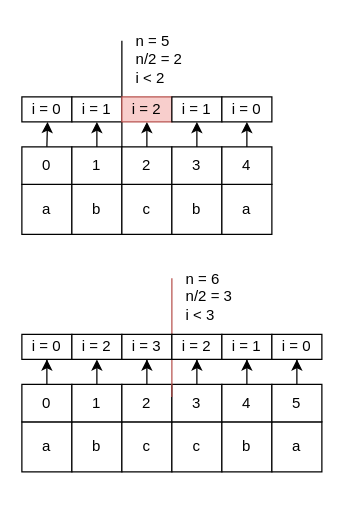
Before: 未命名绘图.drawio in WenbinBAI/AtCoder-Beginner-Contest-Nootbook, a draw.io diagram. Source tidied: cells renumbered, new cells numbered last; positions are measured from the earlier drawing's top-left corner, leaving out a move shared by most shapes. Both pictures are drawn from the tidied source at 125%, with x=0, y=0 at pixel (21, 21).
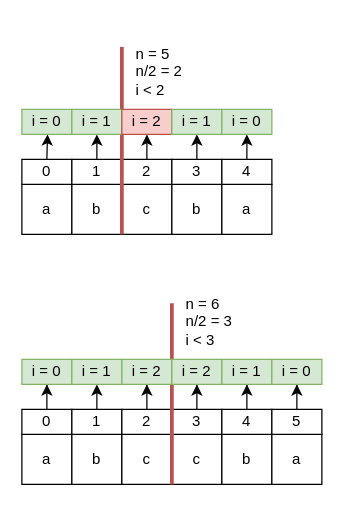
The same diagram, later.

The change refers to these unchanged cells:
```xml
<mxCell id="22" value="c" style="rounded=0;whiteSpace=wrap;html=1;" parent="1" vertex="1">
  <mxGeometry x="80" y="130" width="40" height="40" as="geometry" />
</mxCell>
```

What changed in the source:
```diff
@@
     <mxCell id="2" value="a" style="rounded=0;whiteSpace=wrap;html=1;" parent="1" vertex="1">
-      <mxGeometry y="320" width="40" height="40" as="geometry" />
+      <mxGeometry y="330" width="40" height="40" as="geometry" />
     </mxCell>
     <mxCell id="3" value="b" style="rounded=0;whiteSpace=wrap;html=1;" parent="1" vertex="1">
-      <mxGeometry x="40" y="320" width="40" height="40" as="geometry" />
+      <mxGeometry x="40" y="330" width="40" height="40" as="geometry" />
     </mxCell>
     <mxCell id="4" value="c" style="rounded=0;whiteSpace=wrap;html=1;" parent="1" vertex="1">
-      <mxGeometry x="80" y="320" width="40" height="40" as="geometry" />
+      <mxGeometry x="80" y="330" width="40" height="40" as="geometry" />
     </mxCell>
     <mxCell id="5" value="c" style="rounded=0;whiteSpace=wrap;html=1;" parent="1" vertex="1">
-      <mxGeometry x="120" y="320" width="40" height="40" as="geometry" />
+      <mxGeometry x="120" y="330" width="40" height="40" as="geometry" />
     </mxCell>
     <mxCell id="6" value="b" style="rounded=0;whiteSpace=wrap;html=1;" parent="1" vertex="1">
-      <mxGeometry x="160" y="320" width="40" height="40" as="geometry" />
+      <mxGeometry x="160" y="330" width="40" height="40" as="geometry" />
     </mxCell>
     <mxCell id="7" value="a" style="rounded=0;whiteSpace=wrap;html=1;" parent="1" vertex="1">
-      <mxGeometry x="200" y="320" width="40" height="40" as="geometry" />
+      <mxGeometry x="200" y="330" width="40" height="40" as="geometry" />
     </mxCell>
@@
     <mxCell id="9" value="0" style="rounded=0;whiteSpace=wrap;html=1;" parent="1" vertex="1">
-      <mxGeometry y="290" width="40" height="30" as="geometry" />
+      <mxGeometry y="310" width="40" height="20" as="geometry" />
     </mxCell>
@@
     <mxCell id="11" value="1" style="rounded=0;whiteSpace=wrap;html=1;" parent="1" vertex="1">
-      <mxGeometry x="40" y="290" width="40" height="30" as="geometry" />
+      <mxGeometry x="40" y="310" width="40" height="20" as="geometry" />
     </mxCell>
@@
     <mxCell id="13" value="2" style="rounded=0;whiteSpace=wrap;html=1;" parent="1" vertex="1">
-      <mxGeometry x="80" y="290" width="40" height="30" as="geometry" />
+      <mxGeometry x="80" y="310" width="40" height="20" as="geometry" />
     </mxCell>
@@
     <mxCell id="15" value="3" style="rounded=0;whiteSpace=wrap;html=1;" parent="1" vertex="1">
-      <mxGeometry x="120" y="290" width="40" height="30" as="geometry" />
+      <mxGeometry x="120" y="310" width="40" height="20" as="geometry" />
     </mxCell>
@@
     <mxCell id="17" value="4" style="rounded=0;whiteSpace=wrap;html=1;" parent="1" vertex="1">
-      <mxGeometry x="160" y="290" width="40" height="30" as="geometry" />
+      <mxGeometry x="160" y="310" width="40" height="20" as="geometry" />
     </mxCell>
@@
     <mxCell id="19" value="5" style="rounded=0;whiteSpace=wrap;html=1;" parent="1" vertex="1">
-      <mxGeometry x="200" y="290" width="40" height="30" as="geometry" />
+      <mxGeometry x="200" y="310" width="40" height="20" as="geometry" />
     </mxCell>
@@
     <mxCell id="25" value="0" style="rounded=0;whiteSpace=wrap;html=1;" parent="1" vertex="1">
-      <mxGeometry y="100" width="40" height="30" as="geometry" />
+      <mxGeometry y="110" width="40" height="20" as="geometry" />
     </mxCell>
     <mxCell id="26" value="1" style="rounded=0;whiteSpace=wrap;html=1;" parent="1" vertex="1">
-      <mxGeometry x="40" y="100" width="40" height="30" as="geometry" />
+      <mxGeometry x="40" y="110" width="40" height="20" as="geometry" />
     </mxCell>
     <mxCell id="27" value="2" style="rounded=0;whiteSpace=wrap;html=1;" parent="1" vertex="1">
-      <mxGeometry x="80" y="100" width="40" height="30" as="geometry" />
+      <mxGeometry x="80" y="110" width="40" height="20" as="geometry" />
     </mxCell>
     <mxCell id="28" value="3" style="rounded=0;whiteSpace=wrap;html=1;" parent="1" vertex="1">
-      <mxGeometry x="120" y="100" width="40" height="30" as="geometry" />
+      <mxGeometry x="120" y="110" width="40" height="20" as="geometry" />
     </mxCell>
     <mxCell id="29" value="4" style="rounded=0;whiteSpace=wrap;html=1;" parent="1" vertex="1">
-      <mxGeometry x="160" y="100" width="40" height="30" as="geometry" />
+      <mxGeometry x="160" y="110" width="40" height="20" as="geometry" />
     </mxCell>
     <mxCell id="30" value="&lt;div style=&quot;text-align: left;&quot;&gt;&lt;span style=&quot;background-color: initial;&quot;&gt;n = 5&lt;/span&gt;&lt;/div&gt;&lt;div style=&quot;text-align: left;&quot;&gt;&lt;span style=&quot;background-color: initial;&quot;&gt;n/2 = 2&lt;/span&gt;&lt;/div&gt;&lt;div style=&quot;text-align: left;&quot;&gt;&lt;span style=&quot;background-color: initial;&quot;&gt;i &amp;lt; 2&lt;/span&gt;&lt;/div&gt;" style="text;html=1;strokeColor=none;fillColor=none;align=center;verticalAlign=middle;whiteSpace=wrap;rounded=0;" parent="1" vertex="1">
-      <mxGeometry x="80" width="60" height="60" as="geometry" />
+      <mxGeometry x="80" y="10" width="60" height="60" as="geometry" />
     </mxCell>
-    <mxCell id="31" style="endArrow=none;html=1;rounded=0;entryX=0;entryY=0;entryDx=0;entryDy=0;exitX=0;exitY=0.25;exitDx=0;exitDy=0;" parent="1" edge="1" source="30" target="27">
+    <mxCell id="31" style="endArrow=none;html=1;rounded=0;strokeWidth=3;fillColor=#f8cecc;strokeColor=#b85450;entryX=0;entryY=1;entryDx=0;entryDy=0;exitX=0;exitY=0.167;exitDx=0;exitDy=0;exitPerimeter=0;" parent="1" edge="1" source="30" target="22">
       <mxGeometry relative="1" as="geometry" />
     </mxCell>
     <mxCell id="32" value="&lt;div style=&quot;text-align: left;&quot;&gt;&lt;span style=&quot;background-color: initial;&quot;&gt;n = 6&lt;/span&gt;&lt;/div&gt;&lt;div style=&quot;text-align: left;&quot;&gt;&lt;span style=&quot;background-color: initial;&quot;&gt;n/2 = 3&lt;/span&gt;&lt;/div&gt;&lt;div style=&quot;text-align: left;&quot;&gt;&lt;span style=&quot;background-color: initial;&quot;&gt;i &amp;lt; 3&lt;/span&gt;&lt;/div&gt;" style="text;html=1;strokeColor=none;fillColor=none;align=center;verticalAlign=middle;whiteSpace=wrap;rounded=0;" parent="1" vertex="1">
-      <mxGeometry x="120" y="190" width="60" height="60" as="geometry" />
+      <mxGeometry x="120" y="210" width="60" height="60" as="geometry" />
     </mxCell>
-    <mxCell id="33" style="endArrow=none;html=1;rounded=0;entryX=0;entryY=0;entryDx=0;entryDy=0;exitX=0;exitY=0.25;exitDx=0;exitDy=0;fillColor=#f8cecc;strokeColor=#b85450;" parent="1" edge="1" source="32" target="15">
+    <mxCell id="33" style="endArrow=none;html=1;rounded=0;entryX=0;entryY=0;entryDx=0;entryDy=0;exitX=0;exitY=0.25;exitDx=0;exitDy=0;fillColor=#f8cecc;strokeColor=#b85450;strokeWidth=3;" parent="1" edge="1" source="32" target="15">
       <mxGeometry relative="1" as="geometry">
         <Array as="points">
-          <mxPoint x="120" y="300" />
+          <mxPoint x="120" y="310" />
+          <mxPoint x="120" y="370" />
         </Array>
       </mxGeometry>
     </mxCell>
-    <mxCell id="34" value="i = 0" style="whiteSpace=wrap;html=1;rounded=0;" parent="1" vertex="1">
-      <mxGeometry y="250" width="40" height="20" as="geometry" />
+    <mxCell id="34" value="i = 0" style="whiteSpace=wrap;html=1;rounded=0;fillColor=#d5e8d4;strokeColor=#82b366;" parent="1" vertex="1">
+      <mxGeometry y="270" width="40" height="20" as="geometry" />
     </mxCell>
-    <mxCell id="35" value="i = 2" style="whiteSpace=wrap;html=1;rounded=0;" parent="1" vertex="1">
-      <mxGeometry x="40" y="250" width="40" height="20" as="geometry" />
+    <mxCell id="35" value="i = 1" style="whiteSpace=wrap;html=1;rounded=0;fillColor=#d5e8d4;strokeColor=#82b366;" parent="1" vertex="1">
+      <mxGeometry x="40" y="270" width="40" height="20" as="geometry" />
     </mxCell>
-    <mxCell id="36" value="i = 3" style="whiteSpace=wrap;html=1;rounded=0;" parent="1" vertex="1">
-      <mxGeometry x="80" y="250" width="40" height="20" as="geometry" />
+    <mxCell id="36" value="i = 2" style="whiteSpace=wrap;html=1;rounded=0;fillColor=#d5e8d4;strokeColor=#82b366;" parent="1" vertex="1">
+      <mxGeometry x="80" y="270" width="40" height="20" as="geometry" />
     </mxCell>
-    <mxCell id="37" value="i = 2" style="whiteSpace=wrap;html=1;rounded=0;" parent="1" vertex="1">
-      <mxGeometry x="120" y="250" width="40" height="20" as="geometry" />
+    <mxCell id="37" value="i = 2" style="whiteSpace=wrap;html=1;rounded=0;fillColor=#d5e8d4;strokeColor=#82b366;" parent="1" vertex="1">
+      <mxGeometry x="120" y="270" width="40" height="20" as="geometry" />
     </mxCell>
-    <mxCell id="38" value="i = 1" style="whiteSpace=wrap;html=1;rounded=0;" parent="1" vertex="1">
-      <mxGeometry x="160" y="250" width="40" height="20" as="geometry" />
+    <mxCell id="38" value="i = 1" style="whiteSpace=wrap;html=1;rounded=0;fillColor=#d5e8d4;strokeColor=#82b366;" parent="1" vertex="1">
+      <mxGeometry x="160" y="270" width="40" height="20" as="geometry" />
     </mxCell>
-    <mxCell id="39" value="i = 0" style="whiteSpace=wrap;html=1;rounded=0;" parent="1" vertex="1">
-      <mxGeometry x="200" y="250" width="40" height="20" as="geometry" />
+    <mxCell id="39" value="i = 0" style="whiteSpace=wrap;html=1;rounded=0;fillColor=#d5e8d4;strokeColor=#82b366;" parent="1" vertex="1">
+      <mxGeometry x="200" y="270" width="40" height="20" as="geometry" />
     </mxCell>
     <mxCell id="40" style="edgeStyle=orthogonalEdgeStyle;rounded=0;jettySize=auto;html=1;" parent="1" edge="1" target="45">
       <mxGeometry relative="1" as="geometry">
-        <mxPoint x="20" y="100" as="sourcePoint" />
+        <mxPoint x="20" y="110" as="sourcePoint" />
       </mxGeometry>
     </mxCell>
     <mxCell id="41" style="edgeStyle=orthogonalEdgeStyle;rounded=0;jettySize=auto;html=1;exitX=0.5;exitY=0;exitDx=0;exitDy=0;entryX=0.5;entryY=1;entryDx=0;entryDy=0;" parent="1" edge="1" target="46">
       <mxGeometry relative="1" as="geometry">
-        <mxPoint x="60" y="100" as="sourcePoint" />
+        <mxPoint x="60" y="110" as="sourcePoint" />
       </mxGeometry>
     </mxCell>
     <mxCell id="42" style="edgeStyle=orthogonalEdgeStyle;rounded=0;jettySize=auto;html=1;entryX=0.5;entryY=1;entryDx=0;entryDy=0;" parent="1" edge="1" target="47">
       <mxGeometry relative="1" as="geometry">
-        <mxPoint x="100" y="100" as="sourcePoint" />
+        <mxPoint x="100" y="110" as="sourcePoint" />
       </mxGeometry>
     </mxCell>
     <mxCell id="43" style="edgeStyle=orthogonalEdgeStyle;rounded=0;jettySize=auto;html=1;entryX=0.5;entryY=1;entryDx=0;entryDy=0;" parent="1" edge="1" target="48">
       <mxGeometry relative="1" as="geometry">
-        <mxPoint x="140" y="100" as="sourcePoint" />
+        <mxPoint x="140" y="110" as="sourcePoint" />
       </mxGeometry>
     </mxCell>
     <mxCell id="44" style="edgeStyle=orthogonalEdgeStyle;rounded=0;jettySize=auto;html=1;entryX=0.5;entryY=1;entryDx=0;entryDy=0;" parent="1" edge="1" target="49">
       <mxGeometry relative="1" as="geometry">
-        <mxPoint x="180" y="100" as="sourcePoint" />
+        <mxPoint x="180" y="110" as="sourcePoint" />
       </mxGeometry>
     </mxCell>
-    <mxCell id="45" value="i = 0" style="whiteSpace=wrap;html=1;rounded=0;" parent="1" vertex="1">
-      <mxGeometry y="60" width="40" height="20" as="geometry" />
+    <mxCell id="45" value="i = 0" style="whiteSpace=wrap;html=1;rounded=0;fillColor=#d5e8d4;strokeColor=#82b366;" parent="1" vertex="1">
+      <mxGeometry y="70" width="40" height="20" as="geometry" />
     </mxCell>
-    <mxCell id="46" value="i = 1" style="whiteSpace=wrap;html=1;rounded=0;" parent="1" vertex="1">
-      <mxGeometry x="40" y="60" width="40" height="20" as="geometry" />
+    <mxCell id="46" value="i = 1" style="whiteSpace=wrap;html=1;rounded=0;fillColor=#d5e8d4;strokeColor=#82b366;" parent="1" vertex="1">
+      <mxGeometry x="40" y="70" width="40" height="20" as="geometry" />
     </mxCell>
     <mxCell id="47" value="i = 2" style="whiteSpace=wrap;html=1;rounded=0;fillColor=#f8cecc;strokeColor=#b85450;" parent="1" vertex="1">
-      <mxGeometry x="80" y="60" width="40" height="20" as="geometry" />
+      <mxGeometry x="80" y="70" width="40" height="20" as="geometry" />
     </mxCell>
-    <mxCell id="48" value="i = 1" style="whiteSpace=wrap;html=1;rounded=0;" parent="1" vertex="1">
-      <mxGeometry x="120" y="60" width="40" height="20" as="geometry" />
+    <mxCell id="48" value="i = 1" style="whiteSpace=wrap;html=1;rounded=0;fillColor=#d5e8d4;strokeColor=#82b366;" parent="1" vertex="1">
+      <mxGeometry x="120" y="70" width="40" height="20" as="geometry" />
     </mxCell>
-    <mxCell id="49" value="i = 0" style="whiteSpace=wrap;html=1;rounded=0;" parent="1" vertex="1">
-      <mxGeometry x="160" y="60" width="40" height="20" as="geometry" />
+    <mxCell id="49" value="i = 0" style="whiteSpace=wrap;html=1;rounded=0;fillColor=#d5e8d4;strokeColor=#82b366;" parent="1" vertex="1">
+      <mxGeometry x="160" y="70" width="40" height="20" as="geometry" />
     </mxCell>
```
